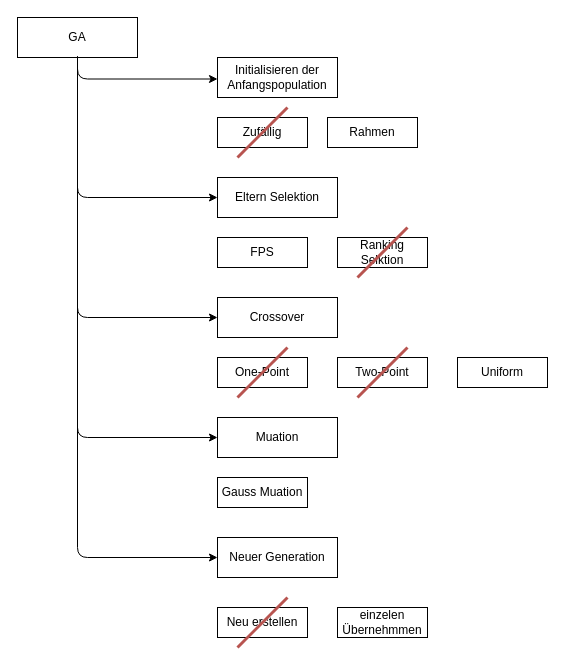
Earlier version of the draw.io diagram doku/sonstige/Ga_Methoden.drawio (OgLocGreen/Genetic_Algorithm). Source tidied: cells renumbered, new cells numbered last; positions are measured from the earlier drawing's top-left corner, leaving out a move shared by most shapes. Both pictures are drawn from the tidied source at 100%, with x=0, y=0 at pixel (17, 17).
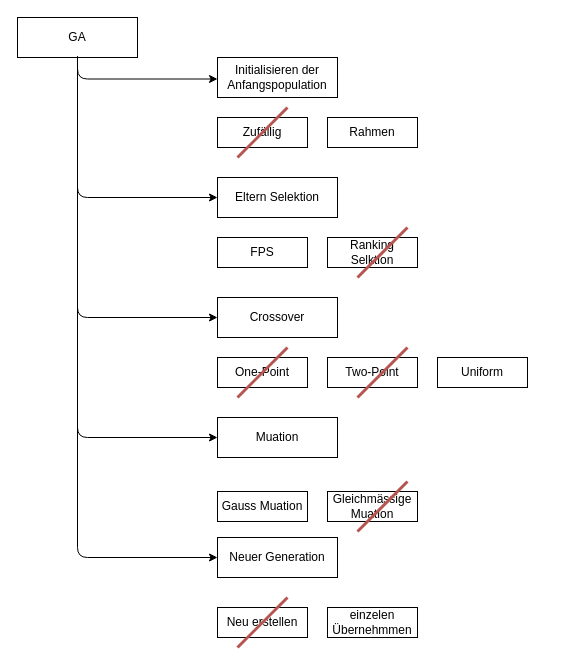
The same page after the edit.

What changed in the source:
```diff
@@
     <mxCell id="11" value="Ranking Selktion" style="rounded=0;whiteSpace=wrap;html=1;" parent="1" vertex="1">
-      <mxGeometry x="320" y="220" width="90" height="30" as="geometry" />
+      <mxGeometry x="310" y="220" width="90" height="30" as="geometry" />
     </mxCell>
@@
     <mxCell id="13" value="Two-Point" style="rounded=0;whiteSpace=wrap;html=1;" parent="1" vertex="1">
-      <mxGeometry x="320" y="340" width="90" height="30" as="geometry" />
+      <mxGeometry x="310" y="340" width="90" height="30" as="geometry" />
     </mxCell>
     <mxCell id="14" value="Uniform" style="rounded=0;whiteSpace=wrap;html=1;" parent="1" vertex="1">
-      <mxGeometry x="440" y="340" width="90" height="30" as="geometry" />
+      <mxGeometry x="420" y="340" width="90" height="30" as="geometry" />
     </mxCell>
-    <mxCell id="15" value="Gauss Muation" style="rounded=0;whiteSpace=wrap;html=1;" parent="1" vertex="1">
-      <mxGeometry x="200" y="460" width="90" height="30" as="geometry" />
+    <mxCell id="15" value="Gleichmässige Muation" style="rounded=0;whiteSpace=wrap;html=1;" parent="1" vertex="1">
+      <mxGeometry x="310" y="474" width="90" height="30" as="geometry" />
     </mxCell>
     <mxCell id="16" value="einzelen Übernehmmen" style="rounded=0;whiteSpace=wrap;html=1;" parent="1" vertex="1">
-      <mxGeometry x="320" y="590" width="90" height="30" as="geometry" />
+      <mxGeometry x="310" y="590" width="90" height="30" as="geometry" />
     </mxCell>
@@
+    <mxCell id="28" value="Gauss Muation" style="rounded=0;whiteSpace=wrap;html=1;" parent="1" vertex="1">
+      <mxGeometry x="200" y="474" width="90" height="30" as="geometry" />
+    </mxCell>
+    <mxCell id="29" style="endArrow=none;html=1;strokeWidth=3;fillColor=#f8cecc;strokeColor=#b85450;" parent="1" edge="1">
+      <mxGeometry relative="1" as="geometry">
+        <mxPoint x="340" y="514" as="sourcePoint" />
+        <mxPoint x="390" y="464" as="targetPoint" />
+      </mxGeometry>
+    </mxCell>
```
